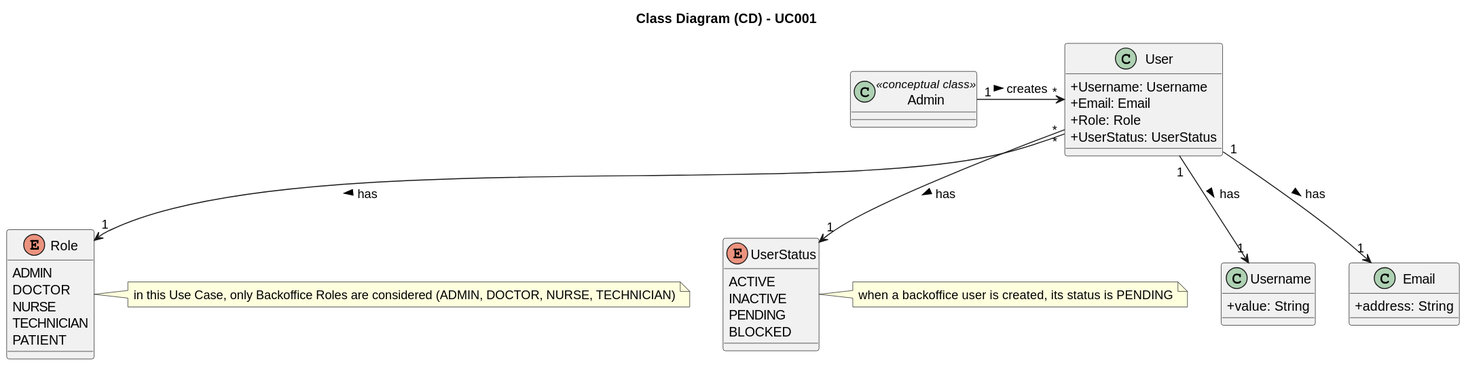
Earlier version of the PlantUML export docs/SprintA/UseCases/UC001/03.design/svg/uc001-class-diagram.svg (1221124/sem5pi-24-25-g031).
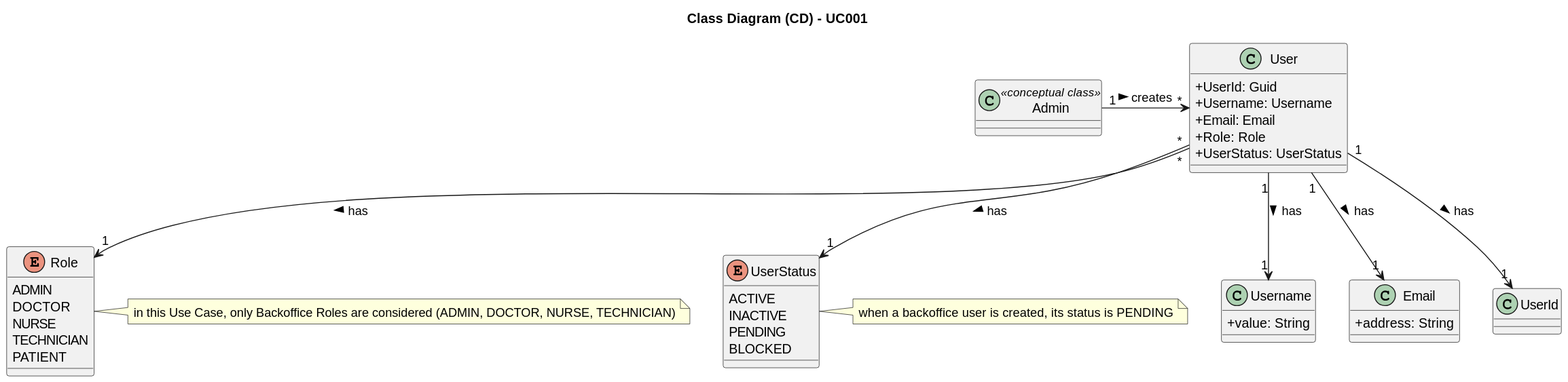
Later version of the same file.

Diff of the diagram source:
```diff
@@ -7,6 +7,7 @@
 title Class Diagram (CD) - UC001
 
 class User {
+    +UserId: Guid
     +Username: Username
     +Email: Email
     +Role: Role
@@ -42,6 +43,7 @@
 
 Admin "1" -> "*" User: creates >
 
+User "1" --> "1" UserId: has >
 User "1" --> "1" Username: has >
 User "1" --> "1" Email: has >
 User "*" --> "1" Role: has >
```
